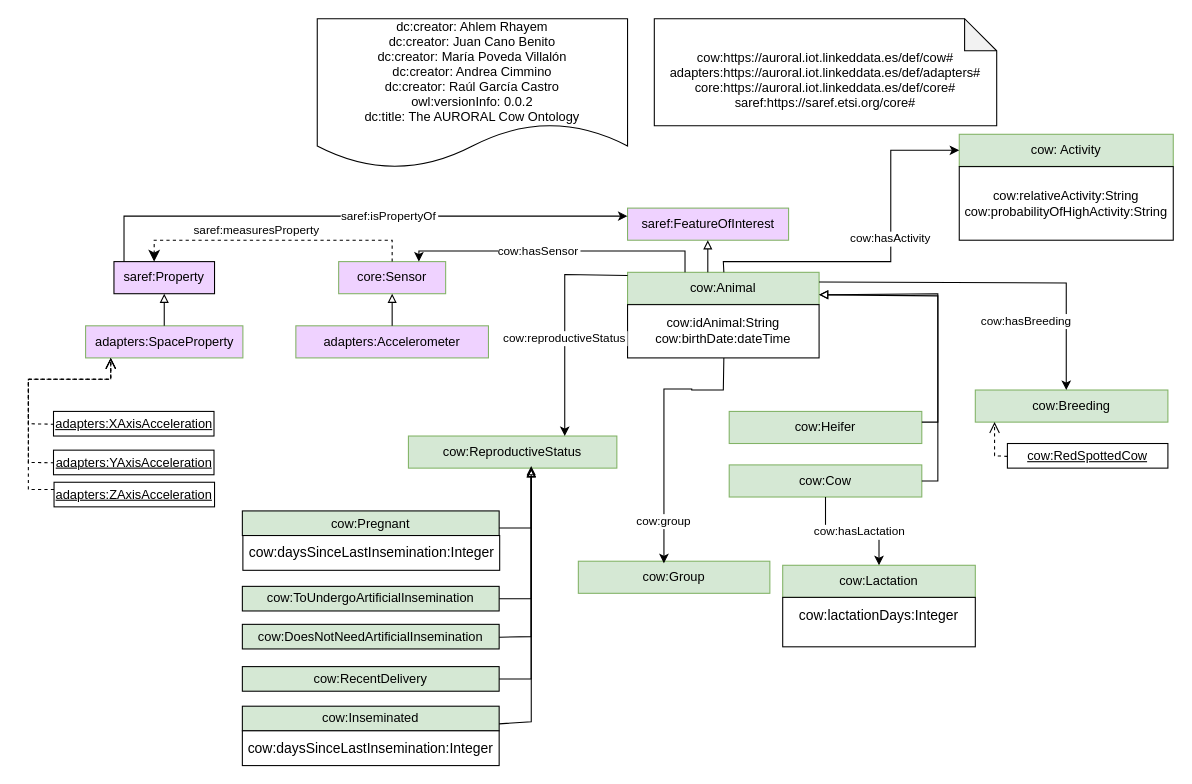
This is Diagram/CowItaly.drawio from oeg-upm/auroral-cow-ontology, a draw.io file, before an edit. Source tidied: cells renumbered, new cells numbered last; positions are measured from the earlier drawing's top-left corner, leaving out a move shared by most shapes. Both pictures are drawn from the tidied source at 107%, with x=0, y=0 at pixel (28, 18).
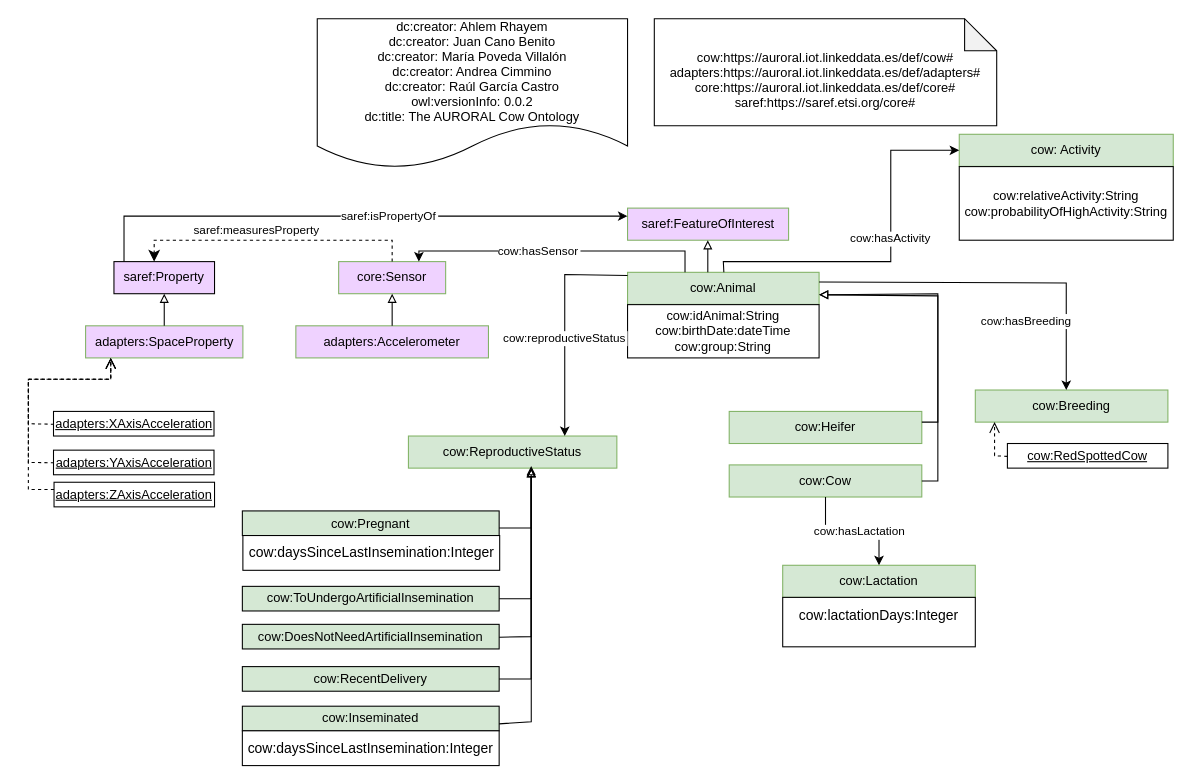
The same diagram, later.

Diff of the diagram source:
```diff
@@
-    <mxCell id="21" value="cow:idAnimal:String&lt;br&gt;cow:birthDate:dateTime" style="rounded=0;whiteSpace=wrap;html=1;snapToPoint=1;points=[[0.1,0],[0.2,0],[0.3,0],[0.4,0],[0.5,0],[0.6,0],[0.7,0],[0.8,0],[0.9,0],[0,0.1],[0,0.3],[0,0.5],[0,0.7],[0,0.9],[0.1,1],[0.2,1],[0.3,1],[0.4,1],[0.5,1],[0.6,1],[0.7,1],[0.8,1],[0.9,1],[1,0.1],[1,0.3],[1,0.5],[1,0.7],[1,0.9]];" parent="1" vertex="1">
+    <mxCell id="21" value="cow:idAnimal:String&lt;br&gt;cow:birthDate:dateTime&lt;br&gt;cow:group:String" style="rounded=0;whiteSpace=wrap;html=1;snapToPoint=1;points=[[0.1,0],[0.2,0],[0.3,0],[0.4,0],[0.5,0],[0.6,0],[0.7,0],[0.8,0],[0.9,0],[0,0.1],[0,0.3],[0,0.5],[0,0.7],[0,0.9],[0.1,1],[0.2,1],[0.3,1],[0.4,1],[0.5,1],[0.6,1],[0.7,1],[0.8,1],[0.9,1],[1,0.1],[1,0.3],[1,0.5],[1,0.7],[1,0.9]];" parent="1" vertex="1">
       <mxGeometry x="560" y="267.2" width="179" height="49.8" as="geometry" />
     </mxCell>
@@
-    <mxCell id="42" value="cow:Group" style="rounded=0;whiteSpace=wrap;html=1;snapToPoint=1;points=[[0.1,0],[0.2,0],[0.3,0],[0.4,0],[0.5,0],[0.6,0],[0.7,0],[0.8,0],[0.9,0],[0,0.1],[0,0.3],[0,0.5],[0,0.7],[0,0.9],[0.1,1],[0.2,1],[0.3,1],[0.4,1],[0.5,1],[0.6,1],[0.7,1],[0.8,1],[0.9,1],[1,0.1],[1,0.3],[1,0.5],[1,0.7],[1,0.9]];fillColor=#d5e8d4;strokeColor=#82b366;" parent="1" vertex="1">
-      <mxGeometry x="514" y="507" width="179" height="30" as="geometry" />
-    </mxCell>
-    <mxCell id="43" value="cow:group" style="edgeStyle=orthogonalEdgeStyle;rounded=0;jettySize=auto;fontSize=11;endArrow=classic;endFill=1;entryX=0.447;entryY=0.067;entryDx=0;entryDy=0;entryPerimeter=0;" parent="1" edge="1" source="21" target="42">
-      <mxGeometry x="0.68" relative="1" as="geometry">
-        <Array as="points">
-          <mxPoint x="650" y="347" />
-          <mxPoint x="620" y="347" />
-          <mxPoint x="620" y="346" />
-          <mxPoint x="594" y="346" />
-        </Array>
-      </mxGeometry>
-    </mxCell>
```
